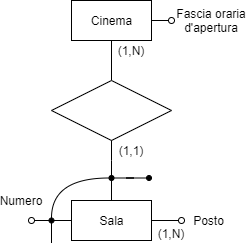
Earlier version of the draw.io export docs/media/er_diagrams/er_2.png (buracchi/cinema-management-system). Source tidied: cells renumbered, new cells last; positions are measured from the earlier drawing's top-left corner, leaving out a move shared by most shapes. Its diagram source:
```xml
<mxGraphModel>
  <root>
    <mxCell id="0" />
    <mxCell id="1" parent="0" />
    <mxCell id="2" style="jettySize=auto;html=1;exitX=0.5;exitY=1;exitDx=0;exitDy=0;entryX=0.5;entryY=0;entryDx=0;entryDy=0;endArrow=none;endFill=0;sketch=0;edgeStyle=orthogonalEdgeStyle;" parent="1" edge="1" source="4" target="8">
      <mxGeometry relative="1" as="geometry" />
    </mxCell>
    <mxCell id="3" style="rounded=0;jettySize=auto;html=1;endArrow=oval;endFill=0;" parent="1" edge="1" source="4">
      <mxGeometry relative="1" as="geometry">
        <mxPoint x="170" y="20" as="targetPoint" />
      </mxGeometry>
    </mxCell>
    <mxCell id="4" value="Cinema" style="html=1;sketch=0;" parent="1" vertex="1">
      <mxGeometry x="70" width="80" height="40" as="geometry" />
    </mxCell>
    <mxCell id="5" style="edgeStyle=orthogonalEdgeStyle;jettySize=auto;html=1;exitX=0;exitY=0.5;exitDx=0;exitDy=0;endArrow=oval;endFill=0;sketch=0;rounded=0;" parent="1" edge="1" source="7">
      <mxGeometry relative="1" as="geometry">
        <mxPoint x="30" y="220" as="targetPoint" />
      </mxGeometry>
    </mxCell>
    <mxCell id="6" style="edgeStyle=orthogonalEdgeStyle;rounded=0;jettySize=auto;html=1;exitX=1;exitY=0.5;exitDx=0;exitDy=0;endArrow=oval;endFill=0;" parent="1" edge="1" source="7">
      <mxGeometry relative="1" as="geometry">
        <mxPoint x="180" y="220" as="targetPoint" />
      </mxGeometry>
    </mxCell>
    <mxCell id="7" value="Sala" style="html=1;sketch=0;" parent="1" vertex="1">
      <mxGeometry x="70" y="200" width="80" height="40" as="geometry" />
    </mxCell>
    <mxCell id="8" style="rhombus;whiteSpace=wrap;html=1;sketch=0;" parent="1" vertex="1">
      <mxGeometry x="50" y="80" width="120" height="60" as="geometry" />
    </mxCell>
    <mxCell id="9" value="Fascia oraria d'apertura" style="text;html=1;strokeColor=none;fillColor=none;align=center;verticalAlign=middle;whiteSpace=wrap;sketch=0;" parent="1" vertex="1">
      <mxGeometry x="170" y="10" width="80" height="20" as="geometry" />
    </mxCell>
    <mxCell id="10" value="Numero" style="text;html=1;strokeColor=none;fillColor=none;align=center;verticalAlign=middle;whiteSpace=wrap;sketch=0;" parent="1" vertex="1">
      <mxGeometry y="190" width="40" height="20" as="geometry" />
    </mxCell>
    <mxCell id="11" value="(1,N)" style="text;html=1;strokeColor=none;fillColor=none;align=center;verticalAlign=middle;whiteSpace=wrap;sketch=0;" parent="1" vertex="1">
      <mxGeometry x="110" y="40" width="40" height="20" as="geometry" />
    </mxCell>
    <mxCell id="12" style="edgeStyle=orthogonalEdgeStyle;jettySize=auto;html=1;entryX=1;entryY=0.5;entryDx=0;entryDy=0;startArrow=none;startFill=0;endArrow=none;endFill=0;endSize=6;sketch=0;rounded=0;" parent="1" edge="1" source="13" target="19">
      <mxGeometry relative="1" as="geometry" />
    </mxCell>
    <mxCell id="13" style="ellipse;whiteSpace=wrap;html=1;fillColor=#000000;sketch=0;" parent="1" vertex="1">
      <mxGeometry x="145" y="175" width="5" height="5" as="geometry" />
    </mxCell>
    <mxCell id="14" style="edgeStyle=orthogonalEdgeStyle;jettySize=auto;html=1;startArrow=none;startFill=0;endArrow=none;endFill=0;endSize=6;fillColor=#000000;sketch=0;rounded=0;" parent="1" edge="1" source="15">
      <mxGeometry relative="1" as="geometry">
        <mxPoint x="50" y="240" as="targetPoint" />
      </mxGeometry>
    </mxCell>
    <mxCell id="15" style="ellipse;whiteSpace=wrap;html=1;fillColor=#000000;sketch=0;" parent="1" vertex="1">
      <mxGeometry x="47.5" y="217.5" width="5" height="5" as="geometry" />
    </mxCell>
    <mxCell id="16" style="edgeStyle=orthogonalEdgeStyle;jettySize=auto;html=1;exitX=0.5;exitY=1;exitDx=0;exitDy=0;endArrow=none;endFill=0;sketch=0;rounded=0;entryX=0.5;entryY=0;entryDx=0;entryDy=0;" parent="1" edge="1" source="8" target="19">
      <mxGeometry relative="1" as="geometry">
        <Array as="points">
          <mxPoint x="110" y="160" />
          <mxPoint x="110" y="160" />
        </Array>
      </mxGeometry>
    </mxCell>
    <mxCell id="17" style="edgeStyle=orthogonalEdgeStyle;jettySize=auto;html=1;entryX=0.5;entryY=0;entryDx=0;entryDy=0;startArrow=none;startFill=0;endArrow=none;endFill=0;endSize=6;sketch=0;curved=1;" parent="1" edge="1" source="19" target="15">
      <mxGeometry relative="1" as="geometry" />
    </mxCell>
    <mxCell id="18" style="edgeStyle=none;jettySize=auto;html=1;entryX=0.5;entryY=0;entryDx=0;entryDy=0;startArrow=none;startFill=0;endArrow=none;endFill=0;endSize=6;sketch=0;rounded=0;" parent="1" edge="1" source="19" target="7">
      <mxGeometry relative="1" as="geometry" />
    </mxCell>
    <mxCell id="19" style="ellipse;whiteSpace=wrap;html=1;fillColor=#000000;sketch=0;" parent="1" vertex="1">
      <mxGeometry x="107.5" y="175" width="5" height="5" as="geometry" />
    </mxCell>
    <mxCell id="20" value="(1,1)" style="text;html=1;strokeColor=none;fillColor=none;align=center;verticalAlign=middle;whiteSpace=wrap;sketch=0;" parent="1" vertex="1">
      <mxGeometry x="110" y="140" width="40" height="20" as="geometry" />
    </mxCell>
    <mxCell id="21" value="Posto" style="text;html=1;strokeColor=none;fillColor=none;align=center;verticalAlign=middle;whiteSpace=wrap;sketch=0;" parent="1" vertex="1">
      <mxGeometry x="185" y="210" width="45" height="20" as="geometry" />
    </mxCell>
    <mxCell id="22" value="(1,N)" style="text;html=1;strokeColor=none;fillColor=none;align=center;verticalAlign=middle;whiteSpace=wrap;sketch=0;" parent="1" vertex="1">
      <mxGeometry x="150" y="222.5" width="40" height="20" as="geometry" />
    </mxCell>
  </root>
</mxGraphModel>
```
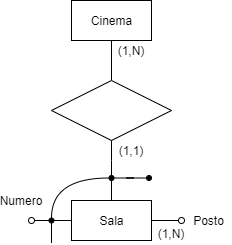
After the commit.

The edit, as a diff of the source:
```diff
@@ -5,11 +5,6 @@
     <mxCell id="2" style="jettySize=auto;html=1;exitX=0.5;exitY=1;exitDx=0;exitDy=0;entryX=0.5;entryY=0;entryDx=0;entryDy=0;endArrow=none;endFill=0;sketch=0;edgeStyle=orthogonalEdgeStyle;" parent="1" edge="1" source="4" target="8">
       <mxGeometry relative="1" as="geometry" />
     </mxCell>
-    <mxCell id="3" style="rounded=0;jettySize=auto;html=1;endArrow=oval;endFill=0;" parent="1" edge="1" source="4">
-      <mxGeometry relative="1" as="geometry">
-        <mxPoint x="170" y="20" as="targetPoint" />
-      </mxGeometry>
-    </mxCell>
     <mxCell id="4" value="Cinema" style="html=1;sketch=0;" parent="1" vertex="1">
       <mxGeometry x="70" width="80" height="40" as="geometry" />
     </mxCell>
@@ -29,9 +24,6 @@
     <mxCell id="8" style="rhombus;whiteSpace=wrap;html=1;sketch=0;" parent="1" vertex="1">
       <mxGeometry x="50" y="80" width="120" height="60" as="geometry" />
     </mxCell>
-    <mxCell id="9" value="Fascia oraria d'apertura" style="text;html=1;strokeColor=none;fillColor=none;align=center;verticalAlign=middle;whiteSpace=wrap;sketch=0;" parent="1" vertex="1">
-      <mxGeometry x="170" y="10" width="80" height="20" as="geometry" />
-    </mxCell>
     <mxCell id="10" value="Numero" style="text;html=1;strokeColor=none;fillColor=none;align=center;verticalAlign=middle;whiteSpace=wrap;sketch=0;" parent="1" vertex="1">
       <mxGeometry y="190" width="40" height="20" as="geometry" />
     </mxCell>
```
